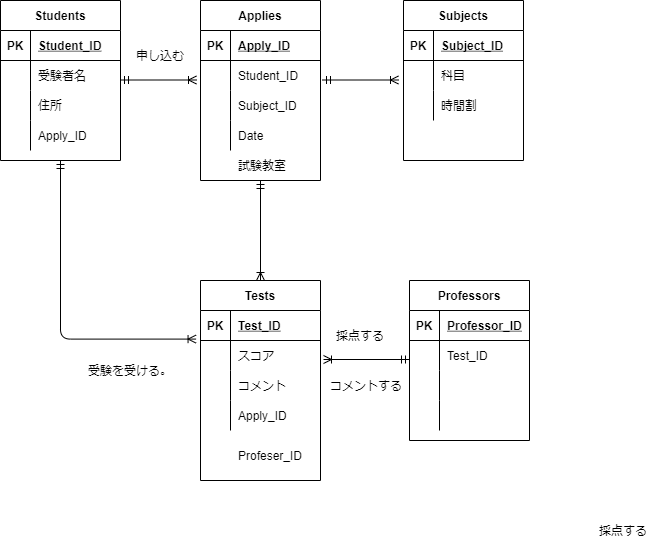
Before: index.drawio.png, a diagram exported from draw.io (shimigo/COACHTECH-ER). Source tidied: cells renumbered, new cells last; positions are measured from the earlier drawing's top-left corner, leaving out a move shared by most shapes. Its diagram source:
```xml
<mxGraphModel>
  <root>
    <mxCell id="0" />
    <mxCell id="1" parent="0" />
    <mxCell id="2" value="Students" style="shape=table;startSize=30;rowLines=0;fontStyle=1;align=center;" parent="1" vertex="1">
      <mxGeometry width="120" height="160" as="geometry" />
    </mxCell>
    <mxCell id="3" style="shape=partialRectangle;fillColor=none;top=0;left=0;bottom=1;right=0;" parent="2" vertex="1">
      <mxGeometry y="30" width="120" height="30" as="geometry" />
    </mxCell>
    <mxCell id="4" value="PK" style="shape=partialRectangle;fillColor=none;top=0;left=0;bottom=0;right=0;fontStyle=1;overflow=hidden;" parent="3" vertex="1">
      <mxGeometry width="30" height="30" as="geometry" />
    </mxCell>
    <mxCell id="5" value="Student_ID" style="shape=partialRectangle;fillColor=none;top=0;left=0;bottom=0;right=0;align=left;spacingLeft=6;fontStyle=5;overflow=hidden;" parent="3" vertex="1">
      <mxGeometry x="30" width="90" height="30" as="geometry" />
    </mxCell>
    <mxCell id="6" style="shape=partialRectangle;fillColor=none;top=0;left=0;bottom=0;right=0;" parent="2" vertex="1">
      <mxGeometry y="60" width="120" height="30" as="geometry" />
    </mxCell>
    <mxCell id="7" style="shape=partialRectangle;fillColor=none;top=0;left=0;bottom=0;right=0;overflow=hidden;" parent="6" vertex="1">
      <mxGeometry width="30" height="30" as="geometry" />
    </mxCell>
    <mxCell id="8" value="受験者名" style="shape=partialRectangle;fillColor=none;top=0;left=0;bottom=0;right=0;align=left;spacingLeft=6;overflow=hidden;" parent="6" vertex="1">
      <mxGeometry x="30" width="90" height="30" as="geometry" />
    </mxCell>
    <mxCell id="9" style="shape=partialRectangle;fillColor=none;top=0;left=0;bottom=0;right=0;" parent="2" vertex="1">
      <mxGeometry y="90" width="120" height="30" as="geometry" />
    </mxCell>
    <mxCell id="10" style="shape=partialRectangle;fillColor=none;top=0;left=0;bottom=0;right=0;overflow=hidden;" parent="9" vertex="1">
      <mxGeometry width="30" height="30" as="geometry" />
    </mxCell>
    <mxCell id="11" value="住所" style="shape=partialRectangle;fillColor=none;top=0;left=0;bottom=0;right=0;align=left;spacingLeft=6;overflow=hidden;" parent="9" vertex="1">
      <mxGeometry x="30" width="90" height="30" as="geometry" />
    </mxCell>
    <mxCell id="12" style="shape=partialRectangle;fillColor=none;top=0;left=0;bottom=0;right=0;" parent="2" vertex="1">
      <mxGeometry y="120" width="120" height="30" as="geometry" />
    </mxCell>
    <mxCell id="13" style="shape=partialRectangle;fillColor=none;top=0;left=0;bottom=0;right=0;overflow=hidden;" parent="12" vertex="1">
      <mxGeometry width="30" height="30" as="geometry" />
    </mxCell>
    <mxCell id="14" value="Apply_ID" style="shape=partialRectangle;fillColor=none;top=0;left=0;bottom=0;right=0;align=left;spacingLeft=6;overflow=hidden;" parent="12" vertex="1">
      <mxGeometry x="30" width="90" height="30" as="geometry" />
    </mxCell>
    <mxCell id="15" value="Professors" style="shape=table;startSize=30;rowLines=0;fontStyle=1;align=center;" parent="1" vertex="1">
      <mxGeometry x="409" y="280" width="120" height="160" as="geometry" />
    </mxCell>
    <mxCell id="16" style="shape=partialRectangle;fillColor=none;top=0;left=0;bottom=1;right=0;" parent="15" vertex="1">
      <mxGeometry y="30" width="120" height="30" as="geometry" />
    </mxCell>
    <mxCell id="17" value="PK" style="shape=partialRectangle;fillColor=none;top=0;left=0;bottom=0;right=0;fontStyle=1;overflow=hidden;" parent="16" vertex="1">
      <mxGeometry width="30" height="30" as="geometry" />
    </mxCell>
    <mxCell id="18" value="Professor_ID" style="shape=partialRectangle;fillColor=none;top=0;left=0;bottom=0;right=0;align=left;spacingLeft=6;fontStyle=5;overflow=hidden;" parent="16" vertex="1">
      <mxGeometry x="30" width="90" height="30" as="geometry" />
    </mxCell>
    <mxCell id="19" style="shape=partialRectangle;fillColor=none;top=0;left=0;bottom=0;right=0;" parent="15" vertex="1">
      <mxGeometry y="60" width="120" height="30" as="geometry" />
    </mxCell>
    <mxCell id="20" style="shape=partialRectangle;fillColor=none;top=0;left=0;bottom=0;right=0;overflow=hidden;" parent="19" vertex="1">
      <mxGeometry width="30" height="30" as="geometry" />
    </mxCell>
    <mxCell id="21" value="Test_ID" style="shape=partialRectangle;fillColor=none;top=0;left=0;bottom=0;right=0;align=left;spacingLeft=6;overflow=hidden;" parent="19" vertex="1">
      <mxGeometry x="30" width="90" height="30" as="geometry" />
    </mxCell>
    <mxCell id="22" style="shape=partialRectangle;fillColor=none;top=0;left=0;bottom=0;right=0;" parent="15" vertex="1">
      <mxGeometry y="90" width="120" height="30" as="geometry" />
    </mxCell>
    <mxCell id="23" style="shape=partialRectangle;fillColor=none;top=0;left=0;bottom=0;right=0;overflow=hidden;" parent="22" vertex="1">
      <mxGeometry width="30" height="30" as="geometry" />
    </mxCell>
    <mxCell id="24" style="shape=partialRectangle;fillColor=none;top=0;left=0;bottom=0;right=0;align=left;spacingLeft=6;overflow=hidden;" parent="22" vertex="1">
      <mxGeometry x="30" width="90" height="30" as="geometry" />
    </mxCell>
    <mxCell id="25" style="shape=partialRectangle;fillColor=none;top=0;left=0;bottom=0;right=0;" parent="15" vertex="1">
      <mxGeometry y="120" width="120" height="30" as="geometry" />
    </mxCell>
    <mxCell id="26" style="shape=partialRectangle;fillColor=none;top=0;left=0;bottom=0;right=0;overflow=hidden;" parent="25" vertex="1">
      <mxGeometry width="30" height="30" as="geometry" />
    </mxCell>
    <mxCell id="27" style="shape=partialRectangle;fillColor=none;top=0;left=0;bottom=0;right=0;align=left;spacingLeft=6;overflow=hidden;" parent="25" vertex="1">
      <mxGeometry x="30" width="90" height="30" as="geometry" />
    </mxCell>
    <mxCell id="28" value="Tests" style="shape=table;startSize=30;rowLines=0;fontStyle=1;align=center;" parent="1" vertex="1">
      <mxGeometry x="200" y="280" width="120" height="200" as="geometry" />
    </mxCell>
    <mxCell id="29" style="shape=partialRectangle;fillColor=none;top=0;left=0;bottom=1;right=0;" parent="28" vertex="1">
      <mxGeometry y="30" width="120" height="30" as="geometry" />
    </mxCell>
    <mxCell id="30" value="PK" style="shape=partialRectangle;fillColor=none;top=0;left=0;bottom=0;right=0;fontStyle=1;overflow=hidden;" parent="29" vertex="1">
      <mxGeometry width="30" height="30" as="geometry" />
    </mxCell>
    <mxCell id="31" value="Test_ID" style="shape=partialRectangle;fillColor=none;top=0;left=0;bottom=0;right=0;align=left;spacingLeft=6;fontStyle=5;overflow=hidden;" parent="29" vertex="1">
      <mxGeometry x="30" width="90" height="30" as="geometry" />
    </mxCell>
    <mxCell id="32" style="shape=partialRectangle;fillColor=none;top=0;left=0;bottom=0;right=0;points=[[0,0.5],[1,0.5]];portConstraint=eastwest;" parent="28" vertex="1">
      <mxGeometry y="60" width="120" height="30" as="geometry" />
    </mxCell>
    <mxCell id="33" style="shape=partialRectangle;fillColor=none;top=0;left=0;bottom=0;right=0;overflow=hidden;" parent="32" vertex="1">
      <mxGeometry width="30" height="30" as="geometry" />
    </mxCell>
    <mxCell id="34" value="スコア" style="shape=partialRectangle;fillColor=none;top=0;left=0;bottom=0;right=0;align=left;spacingLeft=6;overflow=hidden;" parent="32" vertex="1">
      <mxGeometry x="30" width="90" height="30" as="geometry" />
    </mxCell>
    <mxCell id="35" style="shape=partialRectangle;fillColor=none;top=0;left=0;bottom=0;right=0;" parent="28" vertex="1">
      <mxGeometry y="90" width="120" height="30" as="geometry" />
    </mxCell>
    <mxCell id="36" style="shape=partialRectangle;fillColor=none;top=0;left=0;bottom=0;right=0;overflow=hidden;" parent="35" vertex="1">
      <mxGeometry width="30" height="30" as="geometry" />
    </mxCell>
    <mxCell id="37" value="コメント" style="shape=partialRectangle;fillColor=none;top=0;left=0;bottom=0;right=0;align=left;spacingLeft=6;overflow=hidden;" parent="35" vertex="1">
      <mxGeometry x="30" width="90" height="30" as="geometry" />
    </mxCell>
    <mxCell id="38" style="shape=partialRectangle;fillColor=none;top=0;left=0;bottom=0;right=0;" parent="28" vertex="1">
      <mxGeometry y="120" width="120" height="30" as="geometry" />
    </mxCell>
    <mxCell id="39" style="shape=partialRectangle;fillColor=none;top=0;left=0;bottom=0;right=0;overflow=hidden;" parent="38" vertex="1">
      <mxGeometry width="30" height="30" as="geometry" />
    </mxCell>
    <mxCell id="40" value="Apply_ID" style="shape=partialRectangle;fillColor=none;top=0;left=0;bottom=0;right=0;align=left;spacingLeft=6;overflow=hidden;" parent="38" vertex="1">
      <mxGeometry x="30" width="90" height="30" as="geometry" />
    </mxCell>
    <mxCell id="41" style="fontSize=12;html=1;endArrow=ERoneToMany;startArrow=ERmandOne;" parent="1" edge="1">
      <mxGeometry relative="1" as="geometry">
        <mxPoint x="409" y="359" as="sourcePoint" />
        <mxPoint x="323" y="359" as="targetPoint" />
      </mxGeometry>
    </mxCell>
    <mxCell id="42" style="fontSize=12;html=1;endArrow=ERoneToMany;startArrow=ERmandOne;elbow=vertical;startFill=0;" parent="1" edge="1">
      <mxGeometry relative="1" as="geometry">
        <mxPoint x="120" y="79.5" as="sourcePoint" />
        <mxPoint x="196" y="79.5" as="targetPoint" />
      </mxGeometry>
    </mxCell>
    <mxCell id="43" value="受験を受ける。" style="text;html=1;strokeColor=none;fillColor=none;align=center;verticalAlign=middle;whiteSpace=wrap;rounded=0;" parent="1" vertex="1">
      <mxGeometry x="80" y="355" width="100" height="30" as="geometry" />
    </mxCell>
    <mxCell id="44" value="申し込む" style="text;html=1;strokeColor=none;fillColor=none;align=center;verticalAlign=middle;whiteSpace=wrap;rounded=0;" parent="1" vertex="1">
      <mxGeometry x="110" y="40" width="100" height="30" as="geometry" />
    </mxCell>
    <mxCell id="45" value="採点する" style="text;html=1;strokeColor=none;fillColor=none;align=center;verticalAlign=middle;whiteSpace=wrap;rounded=0;" parent="1" vertex="1">
      <mxGeometry x="593" y="515" width="60" height="30" as="geometry" />
    </mxCell>
    <mxCell id="46" value="コメントする" style="text;html=1;strokeColor=none;fillColor=none;align=center;verticalAlign=middle;whiteSpace=wrap;rounded=0;" parent="1" vertex="1">
      <mxGeometry x="326" y="370" width="80" height="30" as="geometry" />
    </mxCell>
    <mxCell id="47" value="Applies" style="shape=table;startSize=30;rowLines=0;fontStyle=1;align=center;" parent="1" vertex="1">
      <mxGeometry x="200" width="120" height="180" as="geometry" />
    </mxCell>
    <mxCell id="48" style="shape=partialRectangle;fillColor=none;top=0;left=0;bottom=1;right=0;" parent="47" vertex="1">
      <mxGeometry y="30" width="120" height="30" as="geometry" />
    </mxCell>
    <mxCell id="49" value="PK" style="shape=partialRectangle;fillColor=none;top=0;left=0;bottom=0;right=0;fontStyle=1;overflow=hidden;" parent="48" vertex="1">
      <mxGeometry width="30" height="30" as="geometry" />
    </mxCell>
    <mxCell id="50" value="Apply_ID" style="shape=partialRectangle;fillColor=none;top=0;left=0;bottom=0;right=0;align=left;spacingLeft=6;fontStyle=5;overflow=hidden;" parent="48" vertex="1">
      <mxGeometry x="30" width="90" height="30" as="geometry" />
    </mxCell>
    <mxCell id="51" style="shape=partialRectangle;fillColor=none;top=0;left=0;bottom=0;right=0;" parent="47" vertex="1">
      <mxGeometry y="60" width="120" height="30" as="geometry" />
    </mxCell>
    <mxCell id="52" style="shape=partialRectangle;fillColor=none;top=0;left=0;bottom=0;right=0;overflow=hidden;" parent="51" vertex="1">
      <mxGeometry width="30" height="30" as="geometry" />
    </mxCell>
    <mxCell id="53" value="Student_ID" style="shape=partialRectangle;fillColor=none;top=0;left=0;bottom=0;right=0;align=left;spacingLeft=6;overflow=hidden;" parent="51" vertex="1">
      <mxGeometry x="30" width="90" height="30" as="geometry" />
    </mxCell>
    <mxCell id="54" style="shape=partialRectangle;fillColor=none;top=0;left=0;bottom=0;right=0;" parent="47" vertex="1">
      <mxGeometry y="90" width="120" height="30" as="geometry" />
    </mxCell>
    <mxCell id="55" style="shape=partialRectangle;fillColor=none;top=0;left=0;bottom=0;right=0;overflow=hidden;" parent="54" vertex="1">
      <mxGeometry width="30" height="30" as="geometry" />
    </mxCell>
    <mxCell id="56" value="Subject_ID" style="shape=partialRectangle;fillColor=none;top=0;left=0;bottom=0;right=0;align=left;spacingLeft=6;overflow=hidden;" parent="54" vertex="1">
      <mxGeometry x="30" width="90" height="30" as="geometry" />
    </mxCell>
    <mxCell id="57" style="shape=partialRectangle;fillColor=none;top=0;left=0;bottom=0;right=0;" parent="47" vertex="1">
      <mxGeometry y="120" width="120" height="30" as="geometry" />
    </mxCell>
    <mxCell id="58" style="shape=partialRectangle;fillColor=none;top=0;left=0;bottom=0;right=0;overflow=hidden;" parent="57" vertex="1">
      <mxGeometry width="30" height="30" as="geometry" />
    </mxCell>
    <mxCell id="59" value="Date" style="shape=partialRectangle;fillColor=none;top=0;left=0;bottom=0;right=0;align=left;spacingLeft=6;overflow=hidden;" parent="57" vertex="1">
      <mxGeometry x="30" width="90" height="30" as="geometry" />
    </mxCell>
    <mxCell id="60" value="採点する" style="text;html=1;strokeColor=none;fillColor=none;align=center;verticalAlign=middle;whiteSpace=wrap;rounded=0;" parent="1" vertex="1">
      <mxGeometry x="330" y="320" width="60" height="30" as="geometry" />
    </mxCell>
    <mxCell id="61" value="Subjects" style="shape=table;startSize=30;rowLines=0;fontStyle=1;align=center;" parent="1" vertex="1">
      <mxGeometry x="403" width="120" height="160" as="geometry" />
    </mxCell>
    <mxCell id="62" style="shape=partialRectangle;fillColor=none;top=0;left=0;bottom=1;right=0;" parent="61" vertex="1">
      <mxGeometry y="30" width="120" height="30" as="geometry" />
    </mxCell>
    <mxCell id="63" value="PK" style="shape=partialRectangle;fillColor=none;top=0;left=0;bottom=0;right=0;fontStyle=1;overflow=hidden;" parent="62" vertex="1">
      <mxGeometry width="30" height="30" as="geometry" />
    </mxCell>
    <mxCell id="64" value="Subject_ID" style="shape=partialRectangle;fillColor=none;top=0;left=0;bottom=0;right=0;align=left;spacingLeft=6;fontStyle=5;overflow=hidden;" parent="62" vertex="1">
      <mxGeometry x="30" width="90" height="30" as="geometry" />
    </mxCell>
    <mxCell id="65" style="shape=partialRectangle;fillColor=none;top=0;left=0;bottom=0;right=0;" parent="61" vertex="1">
      <mxGeometry y="60" width="120" height="30" as="geometry" />
    </mxCell>
    <mxCell id="66" style="shape=partialRectangle;fillColor=none;top=0;left=0;bottom=0;right=0;overflow=hidden;" parent="65" vertex="1">
      <mxGeometry width="30" height="30" as="geometry" />
    </mxCell>
    <mxCell id="67" value="科目" style="shape=partialRectangle;fillColor=none;top=0;left=0;bottom=0;right=0;align=left;spacingLeft=6;overflow=hidden;" parent="65" vertex="1">
      <mxGeometry x="30" width="90" height="30" as="geometry" />
    </mxCell>
    <mxCell id="68" style="shape=partialRectangle;fillColor=none;top=0;left=0;bottom=0;right=0;" parent="61" vertex="1">
      <mxGeometry y="90" width="120" height="30" as="geometry" />
    </mxCell>
    <mxCell id="69" style="shape=partialRectangle;fillColor=none;top=0;left=0;bottom=0;right=0;overflow=hidden;" parent="68" vertex="1">
      <mxGeometry width="30" height="30" as="geometry" />
    </mxCell>
    <mxCell id="70" value="時間割" style="shape=partialRectangle;fillColor=none;top=0;left=0;bottom=0;right=0;align=left;spacingLeft=6;overflow=hidden;" parent="68" vertex="1">
      <mxGeometry x="30" width="90" height="30" as="geometry" />
    </mxCell>
    <mxCell id="71" style="fontSize=12;html=1;endArrow=ERoneToMany;startArrow=ERmandOne;elbow=vertical;startFill=0;" parent="1" edge="1">
      <mxGeometry relative="1" as="geometry">
        <mxPoint x="322" y="79.5" as="sourcePoint" />
        <mxPoint x="398" y="79.5" as="targetPoint" />
      </mxGeometry>
    </mxCell>
    <mxCell id="72" style="edgeStyle=orthogonalEdgeStyle;fontSize=12;html=1;endArrow=ERmandOne;entryX=0.5;entryY=1;entryDx=0;entryDy=0;exitX=-0.037;exitY=-0.047;exitDx=0;exitDy=0;exitPerimeter=0;startArrow=ERoneToMany;startFill=0;" parent="1" edge="1" source="32" target="2">
      <mxGeometry relative="1" as="geometry">
        <Array as="points">
          <mxPoint x="60" y="339" />
        </Array>
      </mxGeometry>
    </mxCell>
    <mxCell id="73" style="fontSize=12;html=1;endArrow=ERmandOne;startArrow=ERoneToMany;exitX=0.5;exitY=0;exitDx=0;exitDy=0;entryX=0.5;entryY=1;entryDx=0;entryDy=0;endFill=0;startFill=0;" parent="1" edge="1" source="28" target="47">
      <mxGeometry relative="1" as="geometry" />
    </mxCell>
    <mxCell id="74" value="Profeser_ID" style="shape=partialRectangle;fillColor=none;top=0;left=0;bottom=0;right=0;align=left;spacingLeft=6;overflow=hidden;" parent="1" vertex="1">
      <mxGeometry x="230" y="440" width="90" height="30" as="geometry" />
    </mxCell>
    <mxCell id="75" value="試験教室" style="shape=partialRectangle;fillColor=none;top=0;left=0;bottom=0;right=0;align=left;spacingLeft=6;overflow=hidden;" parent="1" vertex="1">
      <mxGeometry x="230" y="150" width="90" height="30" as="geometry" />
    </mxCell>
  </root>
</mxGraphModel>
```
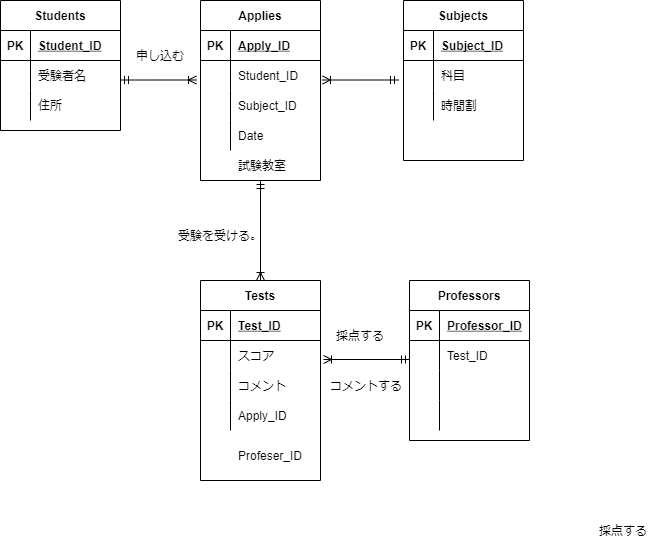
After the commit.

The edit, as a diff of the source:
```diff
@@ -3,7 +3,7 @@
     <mxCell id="0" />
     <mxCell id="1" parent="0" />
     <mxCell id="2" value="Students" style="shape=table;startSize=30;rowLines=0;fontStyle=1;align=center;" parent="1" vertex="1">
-      <mxGeometry width="120" height="160" as="geometry" />
+      <mxGeometry width="120" height="130" as="geometry" />
     </mxCell>
     <mxCell id="3" style="shape=partialRectangle;fillColor=none;top=0;left=0;bottom=1;right=0;" parent="2" vertex="1">
       <mxGeometry y="30" width="120" height="30" as="geometry" />
@@ -32,15 +32,6 @@
     <mxCell id="11" value="住所" style="shape=partialRectangle;fillColor=none;top=0;left=0;bottom=0;right=0;align=left;spacingLeft=6;overflow=hidden;" parent="9" vertex="1">
       <mxGeometry x="30" width="90" height="30" as="geometry" />
     </mxCell>
-    <mxCell id="12" style="shape=partialRectangle;fillColor=none;top=0;left=0;bottom=0;right=0;" parent="2" vertex="1">
-      <mxGeometry y="120" width="120" height="30" as="geometry" />
-    </mxCell>
-    <mxCell id="13" style="shape=partialRectangle;fillColor=none;top=0;left=0;bottom=0;right=0;overflow=hidden;" parent="12" vertex="1">
-      <mxGeometry width="30" height="30" as="geometry" />
-    </mxCell>
-    <mxCell id="14" value="Apply_ID" style="shape=partialRectangle;fillColor=none;top=0;left=0;bottom=0;right=0;align=left;spacingLeft=6;overflow=hidden;" parent="12" vertex="1">
-      <mxGeometry x="30" width="90" height="30" as="geometry" />
-    </mxCell>
     <mxCell id="15" value="Professors" style="shape=table;startSize=30;rowLines=0;fontStyle=1;align=center;" parent="1" vertex="1">
       <mxGeometry x="409" y="280" width="120" height="160" as="geometry" />
     </mxCell>
@@ -132,7 +123,7 @@
       </mxGeometry>
     </mxCell>
     <mxCell id="43" value="受験を受ける。" style="text;html=1;strokeColor=none;fillColor=none;align=center;verticalAlign=middle;whiteSpace=wrap;rounded=0;" parent="1" vertex="1">
-      <mxGeometry x="80" y="355" width="100" height="30" as="geometry" />
+      <mxGeometry x="170" y="220" width="100" height="30" as="geometry" />
     </mxCell>
     <mxCell id="44" value="申し込む" style="text;html=1;strokeColor=none;fillColor=none;align=center;verticalAlign=middle;whiteSpace=wrap;rounded=0;" parent="1" vertex="1">
       <mxGeometry x="110" y="40" width="100" height="30" as="geometry" />
@@ -215,19 +206,12 @@
     <mxCell id="70" value="時間割" style="shape=partialRectangle;fillColor=none;top=0;left=0;bottom=0;right=0;align=left;spacingLeft=6;overflow=hidden;" parent="68" vertex="1">
       <mxGeometry x="30" width="90" height="30" as="geometry" />
     </mxCell>
-    <mxCell id="71" style="fontSize=12;html=1;endArrow=ERoneToMany;startArrow=ERmandOne;elbow=vertical;startFill=0;" parent="1" edge="1">
+    <mxCell id="71" style="fontSize=12;html=1;endArrow=ERmandOne;startArrow=ERoneToMany;elbow=vertical;startFill=0;endFill=0;" parent="1" edge="1">
       <mxGeometry relative="1" as="geometry">
         <mxPoint x="322" y="79.5" as="sourcePoint" />
         <mxPoint x="398" y="79.5" as="targetPoint" />
       </mxGeometry>
     </mxCell>
-    <mxCell id="72" style="edgeStyle=orthogonalEdgeStyle;fontSize=12;html=1;endArrow=ERmandOne;entryX=0.5;entryY=1;entryDx=0;entryDy=0;exitX=-0.037;exitY=-0.047;exitDx=0;exitDy=0;exitPerimeter=0;startArrow=ERoneToMany;startFill=0;" parent="1" edge="1" source="32" target="2">
-      <mxGeometry relative="1" as="geometry">
-        <Array as="points">
-          <mxPoint x="60" y="339" />
-        </Array>
-      </mxGeometry>
-    </mxCell>
     <mxCell id="73" style="fontSize=12;html=1;endArrow=ERmandOne;startArrow=ERoneToMany;exitX=0.5;exitY=0;exitDx=0;exitDy=0;entryX=0.5;entryY=1;entryDx=0;entryDy=0;endFill=0;startFill=0;" parent="1" edge="1" source="28" target="47">
       <mxGeometry relative="1" as="geometry" />
     </mxCell>
```
